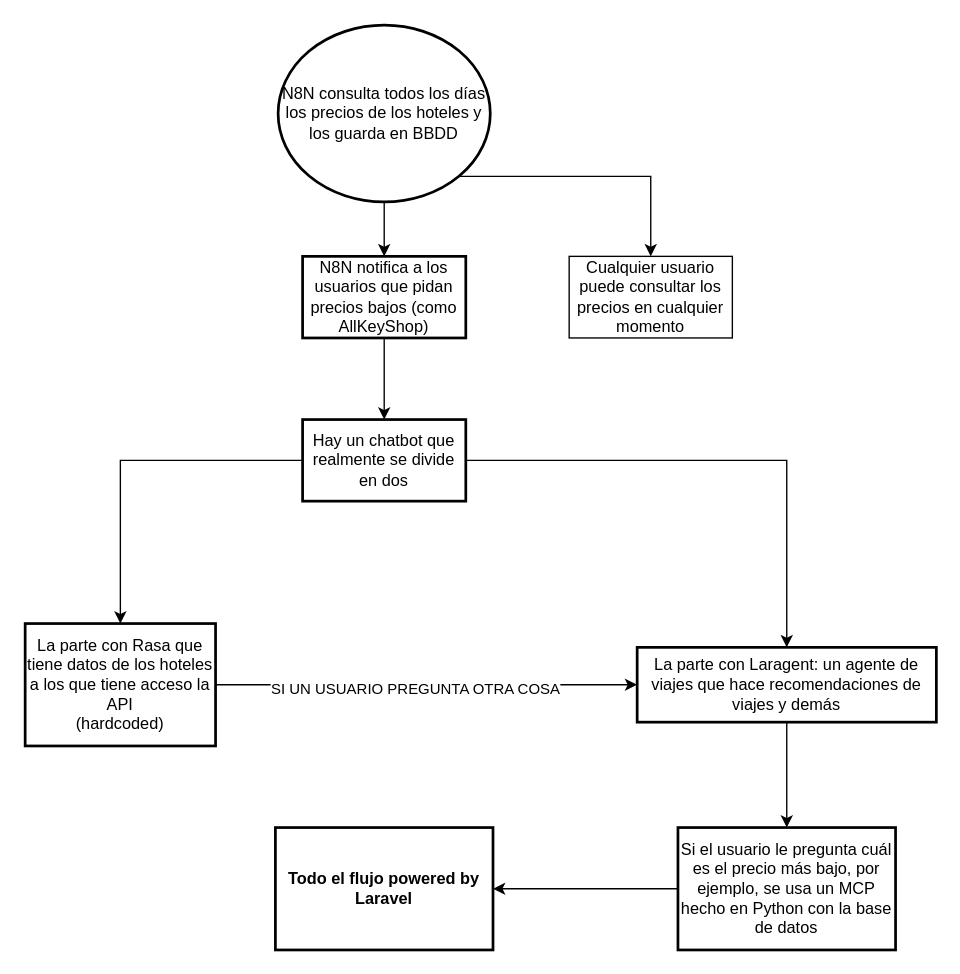
The draw.io diagram documentation/Diagrama.drawio in moguism/hoteles-autobot, before the edit. Source tidied: cells renumbered, new cells numbered last; positions are measured from the earlier drawing's top-left corner, leaving out a move shared by most shapes. Both pictures are drawn from the tidied source at 136%, with x=0, y=0 at pixel (24, 24).
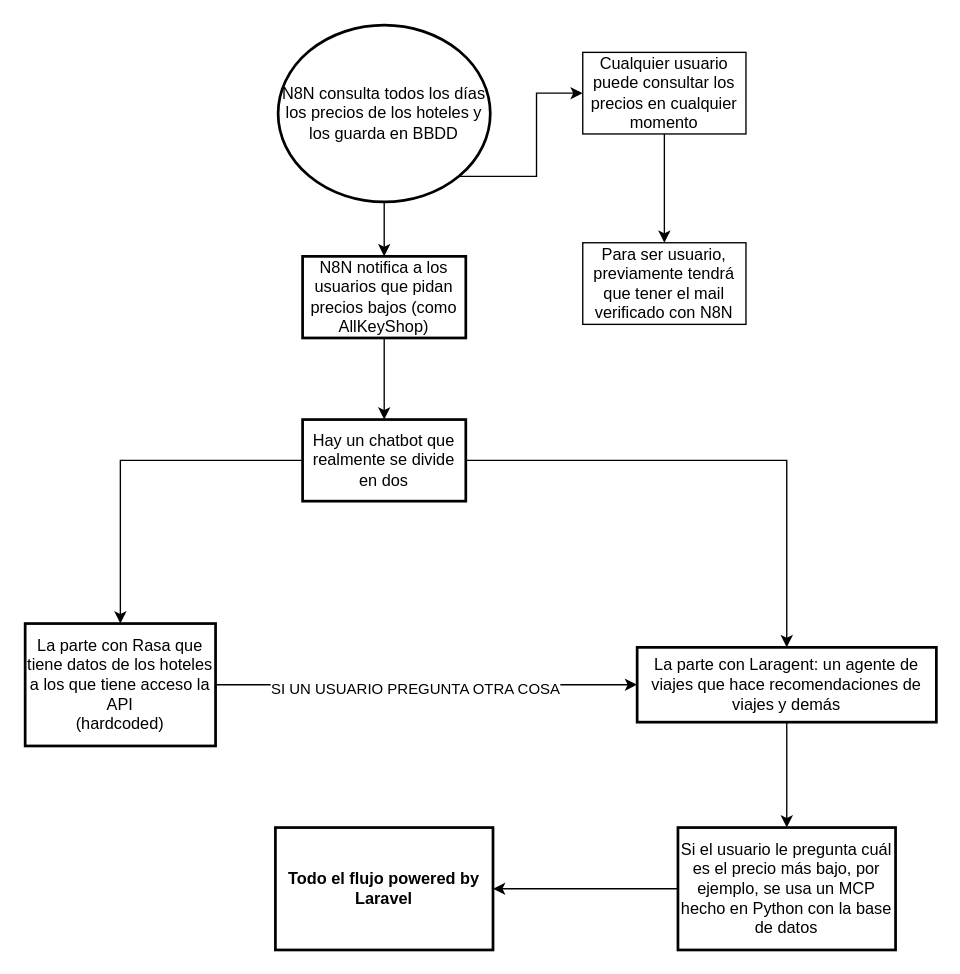
Above is the later version.

Commit message (it also covers changes not shown here):
Preparando verificación de usuario por mail

What changed in the source:
```diff
@@
+    <mxCell id="19" style="edgeStyle=orthogonalEdgeStyle;rounded=0;jettySize=auto;html=1;" parent="1" edge="1" source="18" target="20">
+      <mxGeometry relative="1" as="geometry" />
+    </mxCell>
     <mxCell id="18" value="Cualquier usuario puede consultar los precios en cualquier momento" style="rounded=0;whiteSpace=wrap;html=1;" parent="1" vertex="1">
-      <mxGeometry x="400" y="170" width="120" height="60" as="geometry" />
+      <mxGeometry x="410" y="20" width="120" height="60" as="geometry" />
     </mxCell>
+    <mxCell id="20" value="Para ser usuario, previamente tendrá que tener el mail verificado con N8N" style="whiteSpace=wrap;html=1;rounded=0;" parent="1" vertex="1">
+      <mxGeometry x="410" y="160" width="120" height="60" as="geometry" />
+    </mxCell>
```
